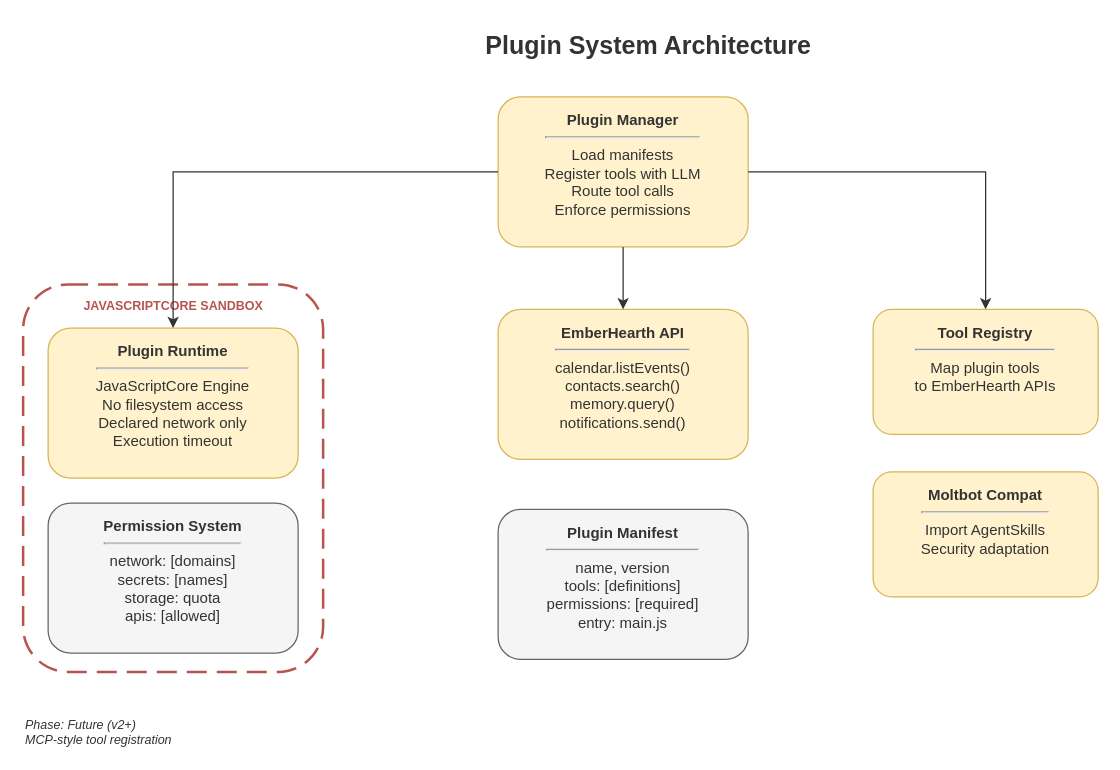
This is page "Plugin System" (4 of 12) of docs/diagrams/emberhearth-architecture.drawio from tokenfires/emberhearth, a draw.io file, before an edit. Source tidied: cells renumbered, new cells numbered last; positions are measured from the earlier drawing's top-left corner, leaving out a move shared by most shapes. Both pictures are drawn from the tidied source at 125%, with x=0, y=0 at pixel (22, 21).
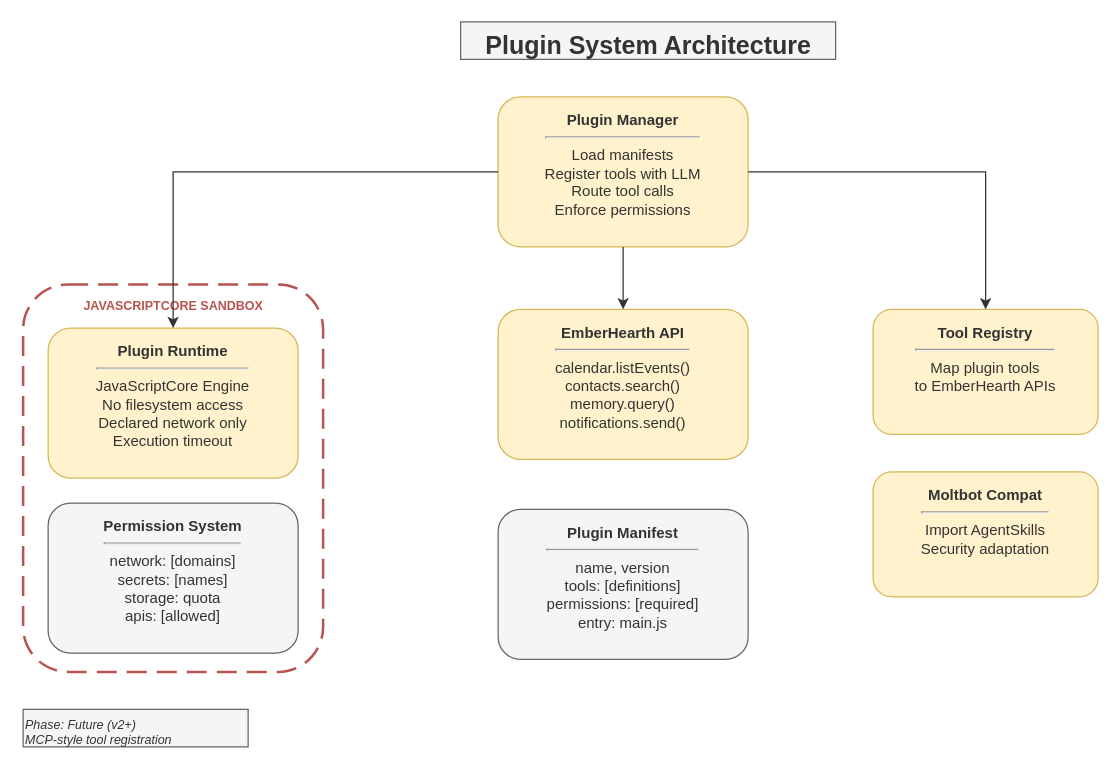
The same page after the edit.

Change to the diagram source:
```diff
@@
 <mxGraphModel>
   <root>
     <mxCell id="0" />
     <mxCell id="1" parent="0" />
-    <mxCell id="2" value="&lt;font style=&quot;font-size: 20px;&quot;&gt;&lt;b&gt;Plugin System Architecture&lt;/b&gt;&lt;/font&gt;" style="text;html=1;strokeColor=none;fillColor=none;align=center;fontColor=#333333;" parent="1" vertex="1">
+    <mxCell id="2" value="&lt;font style=&quot;font-size: 20px;&quot;&gt;&lt;b&gt;Plugin System Architecture&lt;/b&gt;&lt;/font&gt;" style="text;html=1;strokeColor=#666666;fillColor=#f5f5f5;align=center;fontColor=#333333;" parent="1" vertex="1">
       <mxGeometry x="350" width="300" height="30" as="geometry" />
     </mxCell>
     <mxCell id="3" value="&lt;b&gt;Plugin Manager&lt;/b&gt;&lt;hr&gt;Load manifests&lt;br&gt;Register tools with LLM&lt;br&gt;Route tool calls&lt;br&gt;Enforce permissions" style="rounded=1;whiteSpace=wrap;html=1;fillColor=#fff2cc;strokeColor=#d6b656;verticalAlign=top;spacingTop=5;fontColor=#333333;" parent="1" vertex="1">
       <mxGeometry x="380" y="60" width="200" height="120" as="geometry" />
     </mxCell>
     <mxCell id="4" style="rounded=1;whiteSpace=wrap;html=1;fillColor=none;strokeColor=#B85450;strokeWidth=2;dashed=1;dashPattern=8 4;" parent="1" vertex="1">
       <mxGeometry y="210" width="240" height="310" as="geometry" />
     </mxCell>
     <mxCell id="5" value="&lt;b&gt;JAVASCRIPTCORE SANDBOX&lt;/b&gt;" style="text;html=1;strokeColor=none;fillColor=none;fontStyle=0;align=center;fontColor=#B85450;fontSize=10;" parent="1" vertex="1">
       <mxGeometry x="10" y="215" width="220" height="18" as="geometry" />
     </mxCell>
     <mxCell id="6" value="&lt;b&gt;Plugin Runtime&lt;/b&gt;&lt;hr&gt;JavaScriptCore Engine&lt;br&gt;No filesystem access&lt;br&gt;Declared network only&lt;br&gt;Execution timeout" style="rounded=1;whiteSpace=wrap;html=1;fillColor=#fff2cc;strokeColor=#d6b656;verticalAlign=top;spacingTop=5;fontColor=#333333;" parent="1" vertex="1">
       <mxGeometry x="20" y="245" width="200" height="120" as="geometry" />
     </mxCell>
     <mxCell id="7" value="&lt;b&gt;EmberHearth API&lt;/b&gt;&lt;hr&gt;calendar.listEvents()&lt;br&gt;contacts.search()&lt;br&gt;memory.query()&lt;br&gt;notifications.send()" style="rounded=1;whiteSpace=wrap;html=1;fillColor=#fff2cc;strokeColor=#d6b656;verticalAlign=top;spacingTop=5;fontColor=#333333;" parent="1" vertex="1">
       <mxGeometry x="380" y="230" width="200" height="120" as="geometry" />
     </mxCell>
     <mxCell id="8" value="&lt;b&gt;Tool Registry&lt;/b&gt;&lt;hr&gt;Map plugin tools&lt;br&gt;to EmberHearth APIs" style="rounded=1;whiteSpace=wrap;html=1;fillColor=#fff2cc;strokeColor=#d6b656;verticalAlign=top;spacingTop=5;fontColor=#333333;" parent="1" vertex="1">
       <mxGeometry x="680" y="230" width="180" height="100" as="geometry" />
     </mxCell>
     <mxCell id="9" value="&lt;b&gt;Moltbot Compat&lt;/b&gt;&lt;hr&gt;Import AgentSkills&lt;br&gt;Security adaptation" style="rounded=1;whiteSpace=wrap;html=1;fillColor=#fff2cc;strokeColor=#d6b656;verticalAlign=top;spacingTop=5;fontColor=#333333;" parent="1" vertex="1">
       <mxGeometry x="680" y="360" width="180" height="100" as="geometry" />
     </mxCell>
     <mxCell id="10" value="&lt;b&gt;Permission System&lt;/b&gt;&lt;hr&gt;network: [domains]&lt;br&gt;secrets: [names]&lt;br&gt;storage: quota&lt;br&gt;apis: [allowed]" style="rounded=1;whiteSpace=wrap;html=1;fillColor=#f5f5f5;strokeColor=#666666;verticalAlign=top;spacingTop=5;fontColor=#333333;" parent="1" vertex="1">
       <mxGeometry x="20" y="385" width="200" height="120" as="geometry" />
     </mxCell>
     <mxCell id="11" value="&lt;b&gt;Plugin Manifest&lt;/b&gt;&lt;hr&gt;name, version&lt;br&gt;tools: [definitions]&lt;br&gt;permissions: [required]&lt;br&gt;entry: main.js" style="rounded=1;whiteSpace=wrap;html=1;fillColor=#f5f5f5;strokeColor=#666666;verticalAlign=top;spacingTop=5;fontColor=#333333;" parent="1" vertex="1">
       <mxGeometry x="380" y="390" width="200" height="120" as="geometry" />
     </mxCell>
     <mxCell id="12" style="edgeStyle=orthogonalEdgeStyle;rounded=0;html=1;strokeColor=#333333;strokeWidth=1;endArrow=classic;" parent="1" edge="1" source="3" target="6">
       <mxGeometry relative="1" as="geometry" />
     </mxCell>
     <mxCell id="13" style="edgeStyle=orthogonalEdgeStyle;rounded=0;html=1;strokeColor=#333333;strokeWidth=1;endArrow=classic;" parent="1" edge="1" source="3" target="7">
       <mxGeometry relative="1" as="geometry" />
     </mxCell>
     <mxCell id="14" style="edgeStyle=orthogonalEdgeStyle;rounded=0;html=1;strokeColor=#333333;strokeWidth=1;endArrow=classic;" parent="1" edge="1" source="3" target="8">
       <mxGeometry relative="1" as="geometry" />
     </mxCell>
-    <mxCell id="15" value="Phase: Future (v2+)&lt;br&gt;MCP-style tool registration" style="text;html=1;strokeColor=none;fillColor=none;fontSize=10;fontStyle=2;fontColor=#333333;" parent="1" vertex="1">
+    <mxCell id="15" value="Phase: Future (v2+)&lt;br&gt;MCP-style tool registration" style="text;html=1;strokeColor=#666666;fillColor=#f5f5f5;fontSize=10;fontStyle=2;fontColor=#333333;" parent="1" vertex="1">
       <mxGeometry y="550" width="180" height="30" as="geometry" />
     </mxCell>
   </root>
 </mxGraphModel>
```
